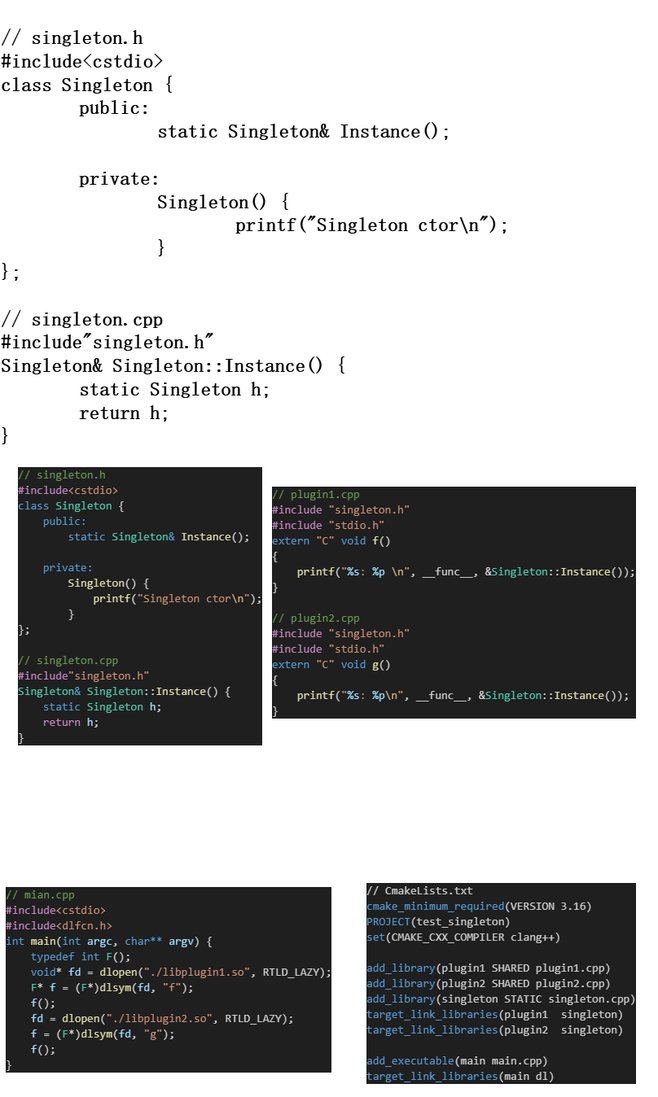
SixPlusAndTimes/drawio keeps this draw.io diagram as 编译链接/动态库.drawio.png. Above is the earlier version. Source tidied: cells renumbered, new cells last; positions are measured from the earlier drawing's top-left corner, leaving out a move shared by most shapes.
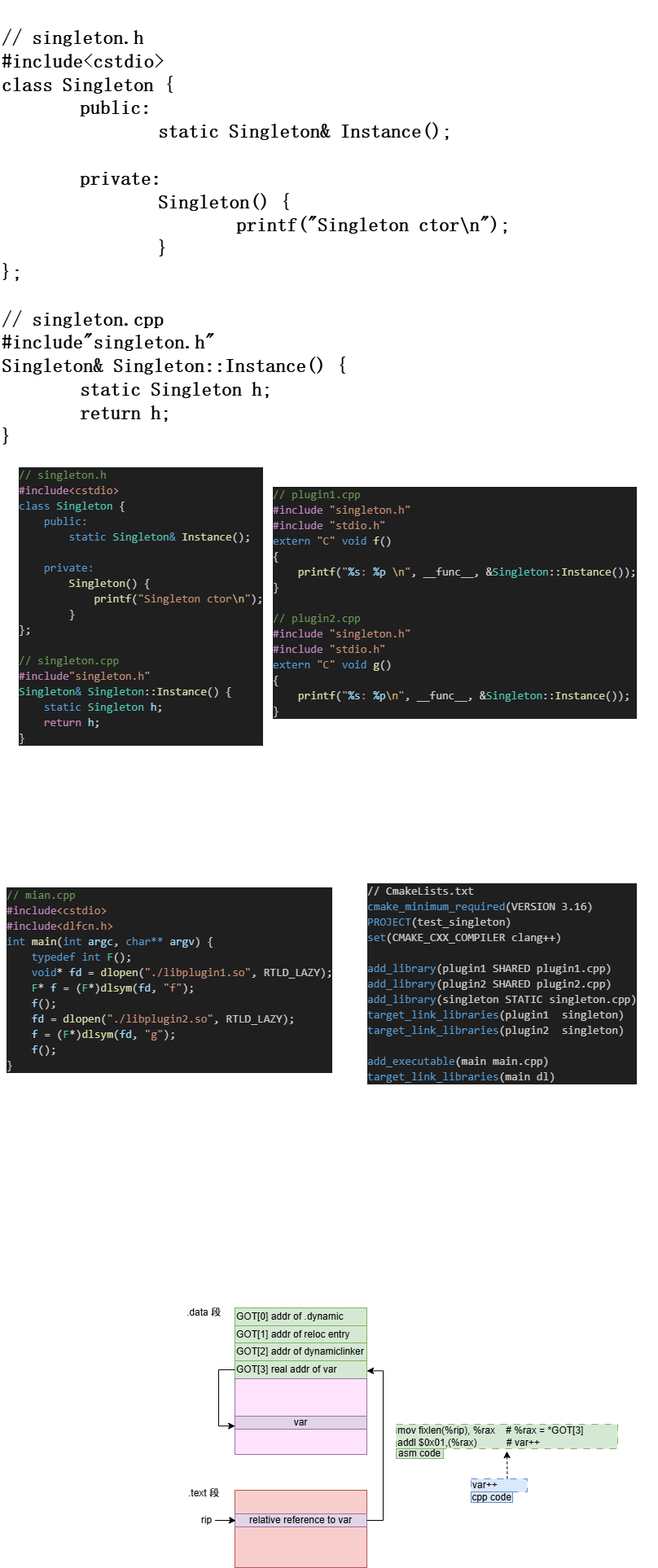
After the change.

Commit message:
更新动态库.drawio.png

Diff of the diagram source:
```diff
@@ -17,5 +17,91 @@
     <mxCell id="6" value="&lt;div style=&quot;color: #cccccc;background-color: #1f1f1f;font-family: Consolas, 'Courier New', monospace;font-weight: normal;font-size: 14px;line-height: 19px;white-space: pre;&quot;&gt;&lt;div&gt;&lt;span style=&quot;color: #cccccc;&quot;&gt;// CmakeLists.txt&lt;/span&gt;&lt;/div&gt;&lt;div&gt;&lt;span style=&quot;color: #569cd6;&quot;&gt;cmake_minimum_required&lt;/span&gt;&lt;span style=&quot;color: #cccccc;&quot;&gt;(VERSION 3.16)&lt;/span&gt;&lt;/div&gt;&lt;div&gt;&lt;span style=&quot;color: #569cd6;&quot;&gt;PROJECT&lt;/span&gt;&lt;span style=&quot;color: #cccccc;&quot;&gt;(test_singleton)&lt;/span&gt;&lt;/div&gt;&lt;div&gt;&lt;span style=&quot;color: #569cd6;&quot;&gt;set&lt;/span&gt;&lt;span style=&quot;color: #cccccc;&quot;&gt;(CMAKE_CXX_COMPILER clang++)&lt;/span&gt;&lt;/div&gt;&lt;br&gt;&lt;div&gt;&lt;span style=&quot;color: #569cd6;&quot;&gt;add_library&lt;/span&gt;&lt;span style=&quot;color: #cccccc;&quot;&gt;(plugin1 SHARED plugin1.cpp)&lt;/span&gt;&lt;/div&gt;&lt;div&gt;&lt;span style=&quot;color: #569cd6;&quot;&gt;add_library&lt;/span&gt;&lt;span style=&quot;color: #cccccc;&quot;&gt;(plugin2 SHARED plugin2.cpp)&lt;/span&gt;&lt;/div&gt;&lt;div&gt;&lt;span style=&quot;color: #569cd6;&quot;&gt;add_library&lt;/span&gt;&lt;span style=&quot;color: #cccccc;&quot;&gt;(singleton STATIC singleton.cpp)&lt;/span&gt;&lt;/div&gt;&lt;div&gt;&lt;span style=&quot;color: #569cd6;&quot;&gt;target_link_libraries&lt;/span&gt;&lt;span style=&quot;color: #cccccc;&quot;&gt;(plugin1 &amp;nbsp;singleton)&lt;/span&gt;&lt;/div&gt;&lt;div&gt;&lt;span style=&quot;color: #569cd6;&quot;&gt;target_link_libraries&lt;/span&gt;&lt;span style=&quot;color: #cccccc;&quot;&gt;(plugin2 &amp;nbsp;singleton)&lt;/span&gt;&lt;/div&gt;&lt;br&gt;&lt;div&gt;&lt;span style=&quot;color: #569cd6;&quot;&gt;add_executable&lt;/span&gt;&lt;span style=&quot;color: #cccccc;&quot;&gt;(main main.cpp)&lt;/span&gt;&lt;/div&gt;&lt;div&gt;&lt;span style=&quot;color: #569cd6;&quot;&gt;target_link_libraries&lt;/span&gt;&lt;span style=&quot;color: #cccccc;&quot;&gt;(main dl)&lt;/span&gt;&lt;/div&gt;&lt;/div&gt;" style="text;whiteSpace=wrap;html=1;" parent="1" vertex="1">
       <mxGeometry x="449" y="1078" width="359" height="269" as="geometry" />
     </mxCell>
+    <mxCell id="7" style="shadow=0;fillColor=#d5e8d4;align=left;strokeColor=#82b366;" parent="1" vertex="1">
+      <mxGeometry x="288" y="1606" width="162" height="87" as="geometry" />
+    </mxCell>
+    <mxCell id="8" style="shape=tableRow;horizontal=0;startSize=0;swimlaneHead=0;swimlaneBody=0;top=0;left=0;bottom=0;right=0;fontStyle=0;fillColor=none;strokeColor=inherit;align=left;" parent="7" vertex="1">
+      <mxGeometry width="162" height="22" as="geometry" />
+    </mxCell>
+    <mxCell id="9" value="GOT[0] addr of .dynamic" style="strokeColor=inherit;fillColor=none;align=left;whiteSpace=wrap;html=1;" parent="8" vertex="1">
+      <mxGeometry width="162" height="22" as="geometry" />
+    </mxCell>
+    <mxCell id="10" style="shape=tableRow;horizontal=0;startSize=0;swimlaneHead=0;swimlaneBody=0;top=0;left=0;bottom=0;right=0;fontStyle=0;fillColor=none;strokeColor=inherit;align=left;" parent="7" vertex="1">
+      <mxGeometry y="22" width="162" height="21" as="geometry" />
+    </mxCell>
+    <mxCell id="11" value="GOT[1] addr of reloc entry" style="strokeColor=inherit;fillColor=none;align=left;whiteSpace=wrap;html=1;" parent="10" vertex="1">
+      <mxGeometry width="162" height="21" as="geometry" />
+    </mxCell>
+    <mxCell id="12" style="shape=tableRow;horizontal=0;startSize=0;swimlaneHead=0;swimlaneBody=0;top=0;left=0;bottom=0;right=0;fontStyle=0;fillColor=none;strokeColor=inherit;align=left;" parent="7" vertex="1">
+      <mxGeometry y="43" width="162" height="22" as="geometry" />
+    </mxCell>
+    <mxCell id="13" value="GOT[2] addr of dynamiclinker" style="strokeColor=inherit;fillColor=none;align=left;whiteSpace=wrap;html=1;" parent="12" vertex="1">
+      <mxGeometry width="162" height="22" as="geometry" />
+    </mxCell>
+    <mxCell id="14" style="shape=tableRow;horizontal=0;startSize=0;swimlaneHead=0;swimlaneBody=0;top=0;left=0;bottom=0;right=0;fontStyle=0;fillColor=none;strokeColor=inherit;align=left;" parent="7" vertex="1">
+      <mxGeometry y="65" width="162" height="22" as="geometry" />
+    </mxCell>
+    <mxCell id="15" value="GOT[3] real addr of var" style="strokeColor=inherit;fillColor=none;align=left;whiteSpace=wrap;html=1;" parent="14" vertex="1">
+      <mxGeometry width="162" height="22" as="geometry" />
+    </mxCell>
+    <mxCell id="16" style="whiteSpace=wrap;html=1;fillColor=#FFE3FA;strokeColor=#9673a6;" parent="1" vertex="1">
+      <mxGeometry x="288" y="1693" width="162" height="93" as="geometry" />
+    </mxCell>
+    <mxCell id="17" style="whiteSpace=wrap;html=1;fillColor=#f8cecc;strokeColor=#b85450;" parent="1" vertex="1">
+      <mxGeometry x="288" y="1830" width="162" height="95" as="geometry" />
+    </mxCell>
+    <mxCell id="18" value=".data 段" style="text;html=1;align=center;verticalAlign=middle;whiteSpace=wrap;rounded=0;" parent="1" vertex="1">
+      <mxGeometry x="220" y="1597" width="60" height="30" as="geometry" />
+    </mxCell>
+    <mxCell id="19" value=".text 段" style="text;html=1;align=center;verticalAlign=middle;whiteSpace=wrap;rounded=0;" parent="1" vertex="1">
+      <mxGeometry x="220" y="1819" width="60" height="30" as="geometry" />
+    </mxCell>
+    <mxCell id="20" value="relative reference to var" style="rounded=0;whiteSpace=wrap;html=1;fillColor=#e1d5e7;strokeColor=#9673a6;" parent="1" vertex="1">
+      <mxGeometry x="288" y="1859" width="162" height="16" as="geometry" />
+    </mxCell>
+    <mxCell id="21" value="rip" style="text;html=1;align=center;verticalAlign=middle;whiteSpace=wrap;rounded=0;" parent="1" vertex="1">
+      <mxGeometry x="243" y="1856" width="20.5" height="22" as="geometry" />
+    </mxCell>
+    <mxCell id="22" style="edgeStyle=orthogonalEdgeStyle;rounded=0;jettySize=auto;html=1;entryX=0.007;entryY=0.522;entryDx=0;entryDy=0;entryPerimeter=0;" parent="1" edge="1" source="21" target="20">
+      <mxGeometry relative="1" as="geometry" />
+    </mxCell>
+    <mxCell id="23" value="var" style="rounded=0;whiteSpace=wrap;html=1;fillColor=#e1d5e7;strokeColor=#9673a6;" parent="1" vertex="1">
+      <mxGeometry x="288" y="1739" width="162" height="16" as="geometry" />
+    </mxCell>
+    <mxCell id="24" style="edgeStyle=orthogonalEdgeStyle;rounded=0;jettySize=auto;html=1;entryX=0.001;entryY=0.757;entryDx=0;entryDy=0;entryPerimeter=0;" parent="1" edge="1" source="14" target="23">
+      <mxGeometry relative="1" as="geometry">
+        <Array as="points">
+          <mxPoint x="268" y="1682" />
+          <mxPoint x="268" y="1751" />
+        </Array>
+      </mxGeometry>
+    </mxCell>
+    <mxCell id="25" style="edgeStyle=orthogonalEdgeStyle;rounded=0;jettySize=auto;html=1;entryX=1;entryY=0.561;entryDx=0;entryDy=0;entryPerimeter=0;" parent="1" edge="1" source="20" target="14">
+      <mxGeometry relative="1" as="geometry">
+        <Array as="points">
+          <mxPoint x="470" y="1867" />
+          <mxPoint x="470" y="1684" />
+        </Array>
+      </mxGeometry>
+    </mxCell>
+    <mxCell id="26" value="mov fixlen(%rip), %rax&amp;nbsp; &amp;nbsp; # %rax = *GOT[3]&lt;div&gt;addl $0x01,(%rax)&amp;nbsp; &amp;nbsp; &amp;nbsp; &amp;nbsp; &amp;nbsp; &amp;nbsp;# var++&lt;/div&gt;" style="text;html=1;align=left;verticalAlign=middle;whiteSpace=wrap;rounded=0;fillColor=#d5e8d4;strokeColor=#82b366;dashed=1;dashPattern=8 8;" parent="1" vertex="1">
+      <mxGeometry x="486" y="1749" width="272" height="30" as="geometry" />
+    </mxCell>
+    <mxCell id="27" value="var++" style="text;html=1;align=left;verticalAlign=middle;whiteSpace=wrap;rounded=0;fillColor=#dae8fc;strokeColor=#6c8ebf;dashed=1;dashPattern=8 8;" parent="1" vertex="1">
+      <mxGeometry x="578" y="1816" width="69" height="16" as="geometry" />
+    </mxCell>
+    <mxCell id="28" style="edgeStyle=orthogonalEdgeStyle;rounded=0;jettySize=auto;html=1;entryX=0.5;entryY=1.103;entryDx=0;entryDy=0;entryPerimeter=0;dashed=1;exitX=0.644;exitY=-0.006;exitDx=0;exitDy=0;exitPerimeter=0;" parent="1" edge="1" source="27" target="26">
+      <mxGeometry relative="1" as="geometry">
+        <Array as="points">
+          <mxPoint x="622" y="1816" />
+        </Array>
+      </mxGeometry>
+    </mxCell>
+    <mxCell id="29" value="cpp code" style="text;html=1;align=center;verticalAlign=middle;whiteSpace=wrap;rounded=0;fillColor=#dae8fc;strokeColor=#6c8ebf;" parent="1" vertex="1">
+      <mxGeometry x="578" y="1832" width="51" height="13" as="geometry" />
+    </mxCell>
+    <mxCell id="30" value="asm code" style="text;html=1;align=center;verticalAlign=middle;whiteSpace=wrap;rounded=0;fillColor=#d5e8d4;strokeColor=#82b366;" parent="1" vertex="1">
+      <mxGeometry x="486" y="1779" width="58" height="12" as="geometry" />
+    </mxCell>
   </root>
 </mxGraphModel>
```
